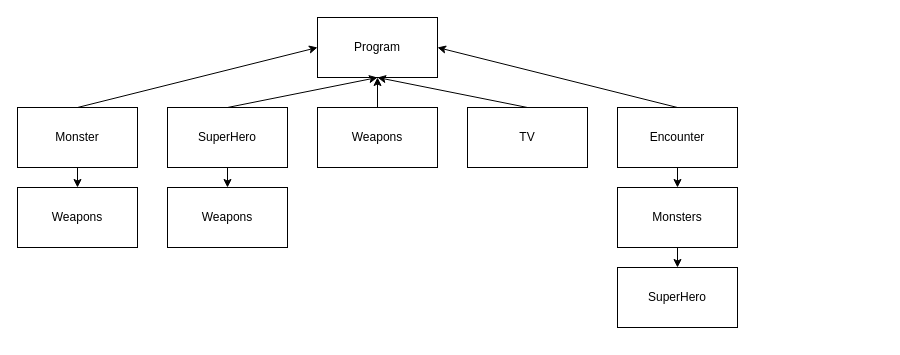
Before: diagrams/class.drawio in wtvamp/DarkGame, a draw.io diagram. Source tidied: cells renumbered, new cells numbered last; positions are measured from the earlier drawing's top-left corner, leaving out a move shared by most shapes. Both pictures are drawn from the tidied source at 100%, with x=0, y=0 at pixel (17, 17).
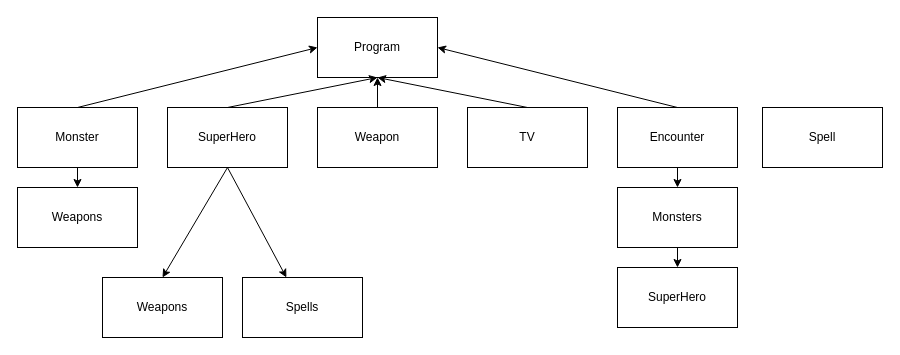
Above is the later version.

Unchanged cells that the change refers to:
```xml
<mxCell id="4" value="SuperHero" style="rounded=0;whiteSpace=wrap;html=1;" parent="1" vertex="1">
  <mxGeometry x="150" y="90" width="120" height="60" as="geometry" />
</mxCell>
```

The edit, as a diff of the source:
```diff
@@
-    <mxCell id="5" value="Weapons" style="rounded=0;whiteSpace=wrap;html=1;" parent="1" vertex="1">
+    <mxCell id="5" value="Weapon" style="rounded=0;whiteSpace=wrap;html=1;" parent="1" vertex="1">
       <mxGeometry x="300" y="90" width="120" height="60" as="geometry" />
     </mxCell>
@@
-    <mxCell id="10" value="Weapons" style="rounded=0;whiteSpace=wrap;html=1;" parent="1" vertex="1">
-      <mxGeometry x="150" y="170" width="120" height="60" as="geometry" />
-    </mxCell>
@@
+    <mxCell id="21" value="Spell" style="rounded=0;whiteSpace=wrap;html=1;" parent="1" vertex="1">
+      <mxGeometry x="745" y="90" width="120" height="60" as="geometry" />
+    </mxCell>
+    <mxCell id="22" value="Spells" style="rounded=0;whiteSpace=wrap;html=1;" parent="1" vertex="1">
+      <mxGeometry x="225" y="260" width="120" height="60" as="geometry" />
+    </mxCell>
+    <mxCell id="23" style="endArrow=classic;html=1;exitX=0.5;exitY=1;exitDx=0;exitDy=0;" parent="1" edge="1" source="4" target="22">
+      <mxGeometry relative="1" as="geometry" />
+    </mxCell>
+    <mxCell id="10" value="Weapons" style="rounded=0;whiteSpace=wrap;html=1;" parent="1" vertex="1">
+      <mxGeometry x="85" y="260" width="120" height="60" as="geometry" />
+    </mxCell>
```
